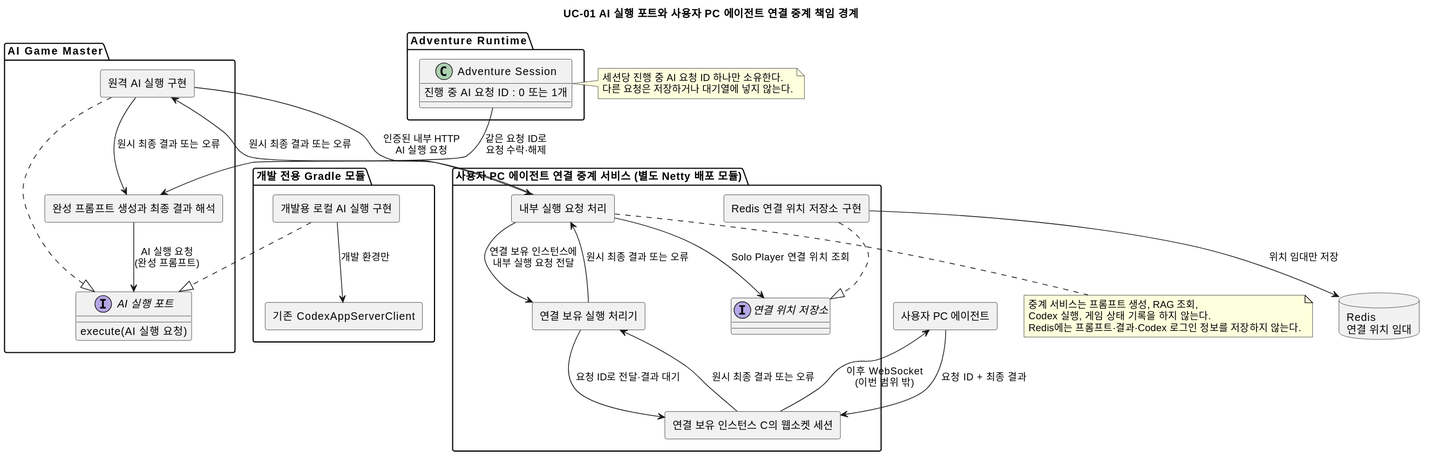
Above: docs/specs/remote-codex-agent-port/diagrams/architecture/ai-execution.class.svg in omegafrog/dnd-master (PlantUML), before the change.
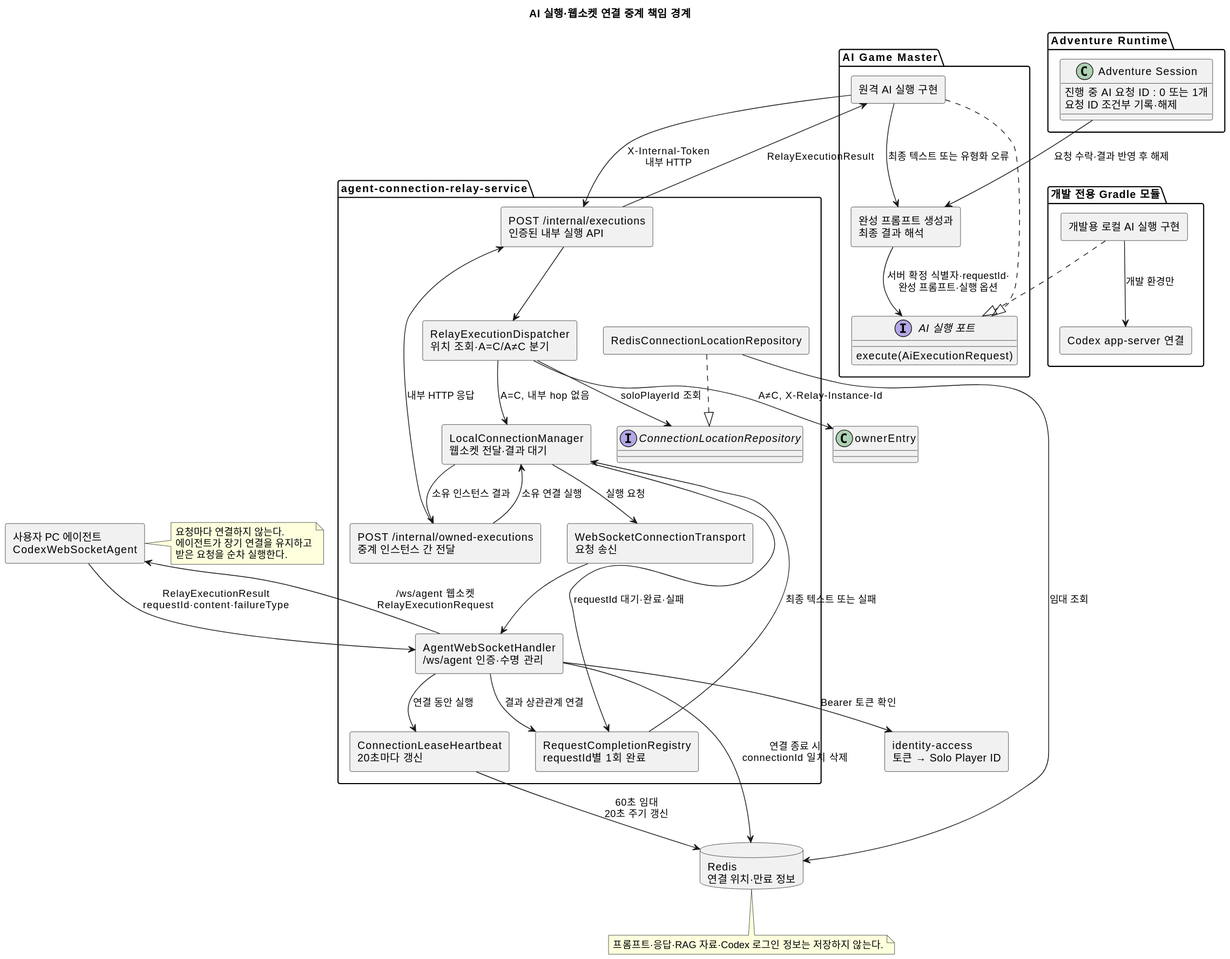
The same diagram one commit later.

Change to the diagram source:
```diff
@@ -1,5 +1,5 @@
 @startuml
-title UC-01 AI 실행 포트와 사용자 PC 에이전트 연결 중계 책임 경계
+title AI 실행·웹소켓 연결 중계 책임 경계
 skinparam shadowing false
 skinparam componentStyle rectangle
 allowmixing
@@ -7,61 +7,77 @@
 package "Adventure Runtime" {
   class "Adventure Session" as adventureSession {
     진행 중 AI 요청 ID : 0 또는 1개
+    요청 ID 조건부 기록·해제
   }
 }
 
 package "AI Game Master" {
-  component "완성 프롬프트 생성과 최종 결과 해석" as aiGameMaster
+  component "완성 프롬프트 생성과\n최종 결과 해석" as aiGameMaster
   interface "AI 실행 포트" as aiExecutionPort {
-    execute(AI 실행 요청)
+    execute(AiExecutionRequest)
   }
   component "원격 AI 실행 구현" as remoteExecutor
 }
 
 package "개발 전용 Gradle 모듈" {
   component "개발용 로컬 AI 실행 구현" as localExecutor
-  component "기존 CodexAppServerClient" as localCodexClient
+  component "Codex app-server 연결" as localCodexClient
 }
 
-package "사용자 PC 에이전트 연결 중계 서비스 (별도 Netty 배포 모듈)" {
-  component "내부 실행 요청 처리" as relayEntry
-  interface "연결 위치 저장소" as connectionDirectory
-  component "Redis 연결 위치 저장소 구현" as redisAdapter
-  component "연결 보유 실행 처리기" as ownerHandler
-  component "연결 보유 인스턴스 C의 웹소켓 세션" as webSocketSession
+package "agent-connection-relay-service" {
+  component "POST /internal/executions\n인증된 내부 실행 API" as relayEntry
+  component "RelayExecutionDispatcher\n위치 조회·A=C/A≠C 분기" as dispatcher
+  component "LocalConnectionManager\n웹소켓 전달·결과 대기" as ownerManager
+  component "AgentWebSocketHandler\n/ws/agent 인증·수명 관리" as webSocketHandler
+  component "WebSocketConnectionTransport\n요청 송신" as webSocketTransport
+  component "RequestCompletionRegistry\nrequestId별 1회 완료" as completionRegistry
+  component "ConnectionLeaseHeartbeat\n20초마다 갱신" as heartbeat
+  component "POST /internal/owned-executions\n중계 인스턴스 간 전달" as ownedEntry
+  interface "ConnectionLocationRepository" as locationPort
+  component "RedisConnectionLocationRepository" as redisAdapter
 }
 
-database "Redis\n연결 위치 임대" as redis
-component "사용자 PC 에이전트" as userAgent
+database "Redis\n연결 위치·만료 정보" as redis
+component "사용자 PC 에이전트\nCodexWebSocketAgent" as userAgent
+component "identity-access\n토큰 → Solo Player ID" as identity
 
-adventureSession --> aiGameMaster : 같은 요청 ID로\n요청 수락·해제
-aiGameMaster --> aiExecutionPort : AI 실행 요청\n(완성 프롬프트)
+adventureSession --> aiGameMaster : 요청 수락·결과 반영 후 해제
+aiGameMaster --> aiExecutionPort : 서버 확정 식별자·requestId·\n완성 프롬프트·실행 옵션
 localExecutor ..|> aiExecutionPort
 remoteExecutor ..|> aiExecutionPort
 localExecutor --> localCodexClient : 개발 환경만
-remoteExecutor --> relayEntry : 인증된 내부 HTTP\nAI 실행 요청
+remoteExecutor --> relayEntry : X-Internal-Token\n내부 HTTP
 
-relayEntry --> connectionDirectory : Solo Player 연결 위치 조회
-redisAdapter ..|> connectionDirectory
-redisAdapter --> redis : 위치 임대만 저장
-relayEntry --> ownerHandler : 연결 보유 인스턴스에\n내부 실행 요청 전달
-ownerHandler --> webSocketSession : 요청 ID로 전달·결과 대기
-webSocketSession --> userAgent : 이후 WebSocket\n(이번 범위 밖)
+relayEntry --> dispatcher
+dispatcher --> locationPort : soloPlayerId 조회
+redisAdapter ..|> locationPort
+redisAdapter --> redis : 임대 조회
+dispatcher --> ownerEntry : A≠C, X-Relay-Instance-Id
+dispatcher --> ownerManager : A=C, 내부 hop 없음
+ownedEntry --> ownerManager : 소유 연결 실행
+ownerManager --> completionRegistry : requestId 대기·완료·실패
+ownerManager --> webSocketTransport : 실행 요청
+webSocketTransport --> webSocketHandler
+webSocketHandler --> userAgent : /ws/agent 웹소켓\nRelayExecutionRequest
+userAgent --> webSocketHandler : RelayExecutionResult\nrequestId·content·failureType
+webSocketHandler --> completionRegistry : 결과 상관관계 연결
+webSocketHandler --> identity : Bearer 토큰 확인
+webSocketHandler --> heartbeat : 연결 동안 실행
+heartbeat --> redis : 60초 임대\n20초 주기 갱신
+webSocketHandler --> redis : 연결 종료 시\nconnectionId 일치 삭제
+completionRegistry --> ownerManager : 최종 텍스트 또는 실패
+ownerManager --> ownedEntry : 소유 인스턴스 결과
+ownedEntry --> relayEntry : 내부 HTTP 응답
+relayEntry --> remoteExecutor : RelayExecutionResult
+remoteExecutor --> aiGameMaster : 최종 텍스트 또는 유형화 오류
 
-userAgent --> webSocketSession : 요청 ID + 최종 결과
-webSocketSession --> ownerHandler : 원시 최종 결과 또는 오류
-ownerHandler --> relayEntry : 원시 최종 결과 또는 오류
-relayEntry --> remoteExecutor : 원시 최종 결과 또는 오류
-remoteExecutor --> aiGameMaster : 원시 최종 결과 또는 오류
-
-note right of adventureSession
-세션당 진행 중 AI 요청 ID 하나만 소유한다.
-다른 요청은 저장하거나 대기열에 넣지 않는다.
+note right of userAgent
+요청마다 연결하지 않는다.
+에이전트가 장기 연결을 유지하고
+받은 요청을 순차 실행한다.
 end note
 
-note bottom of relayEntry
-중계 서비스는 프롬프트 생성, RAG 조회,
-Codex 실행, 게임 상태 기록을 하지 않는다.
-Redis에는 프롬프트·결과·Codex 로그인 정보를 저장하지 않는다.
+note bottom of redis
+프롬프트·응답·RAG 자료·Codex 로그인 정보는 저장하지 않는다.
 end note
 @enduml
```
